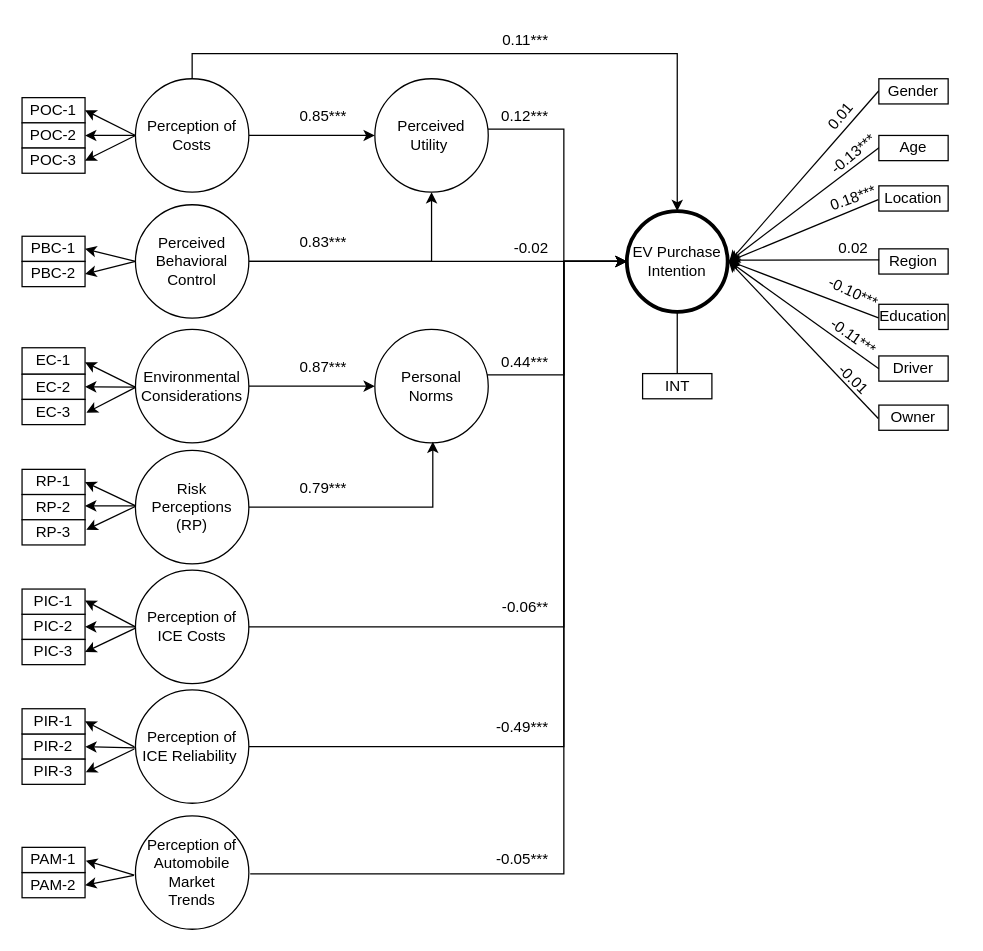
Above: page "Page-1" (1 of 2) of final_path_diagram.drawio in ChullEPG/taxi-survey (draw.io), before the change. Source tidied: cells renumbered, new cells numbered last; positions are measured from the earlier drawing's top-left corner, leaving out a move shared by most shapes. Both pictures are drawn from the tidied source at 126%, with x=0, y=0 at pixel (21, 21).
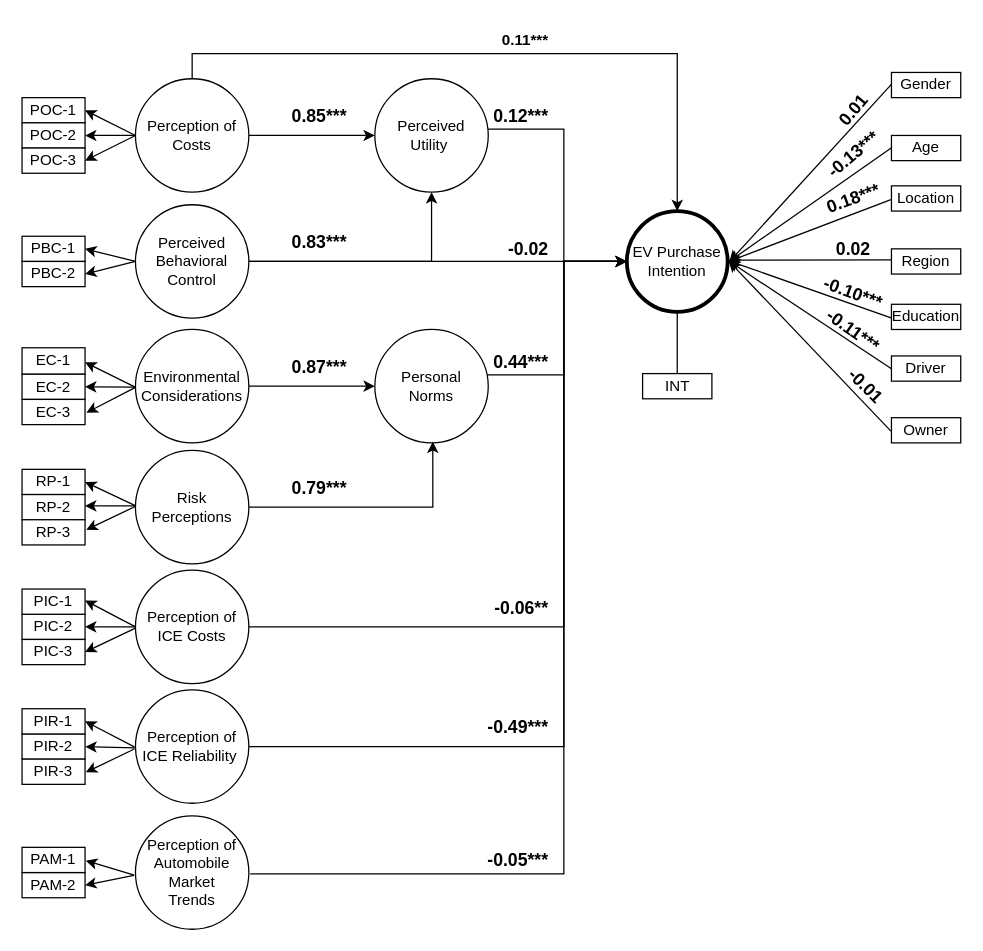
After the change.

Diff of the diagram source:
```diff
@@
-    <mxCell id="2" value="0.01" style="text;strokeColor=none;align=center;fillColor=none;html=1;verticalAlign=middle;whiteSpace=wrap;rounded=0;rotation=-50;" parent="1" vertex="1">
-      <mxGeometry x="620" y="60" width="60" height="30" as="geometry" />
+    <mxCell id="2" value="0.01" style="text;strokeColor=none;align=center;fillColor=none;html=1;verticalAlign=middle;whiteSpace=wrap;rounded=0;rotation=-50;fontSize=14;fontStyle=1;" parent="1" vertex="1">
+      <mxGeometry x="630" y="55" width="60" height="30" as="geometry" />
     </mxCell>
-    <mxCell id="3" value="-0.13***" style="text;strokeColor=none;align=center;fillColor=none;html=1;verticalAlign=middle;whiteSpace=wrap;rounded=0;rotation=-40;" parent="1" vertex="1">
+    <mxCell id="3" value="-0.13***" style="text;strokeColor=none;align=center;fillColor=none;html=1;verticalAlign=middle;whiteSpace=wrap;rounded=0;rotation=-40;fontSize=14;fontStyle=1;" parent="1" vertex="1">
       <mxGeometry x="630" y="90" width="60" height="30" as="geometry" />
     </mxCell>
-    <mxCell id="4" value="0.18***" style="text;strokeColor=none;align=center;fillColor=none;html=1;verticalAlign=middle;whiteSpace=wrap;rounded=0;rotation=-20;" parent="1" vertex="1">
+    <mxCell id="4" value="0.18***" style="text;strokeColor=none;align=center;fillColor=none;html=1;verticalAlign=middle;whiteSpace=wrap;rounded=0;rotation=-20;fontSize=14;fontStyle=1;" parent="1" vertex="1">
       <mxGeometry x="630" y="125" width="60" height="30" as="geometry" />
     </mxCell>
-    <mxCell id="5" value="-0.10***" style="text;strokeColor=none;align=center;fillColor=none;html=1;verticalAlign=middle;whiteSpace=wrap;rounded=0;rotation=25;" parent="1" vertex="1">
+    <mxCell id="5" value="-0.10***" style="text;strokeColor=none;align=center;fillColor=none;html=1;verticalAlign=middle;whiteSpace=wrap;rounded=0;rotation=20;fontSize=14;fontStyle=1;" parent="1" vertex="1">
       <mxGeometry x="630" y="200" width="60" height="30" as="geometry" />
     </mxCell>
-    <mxCell id="6" value="0.02" style="text;strokeColor=none;align=center;fillColor=none;html=1;verticalAlign=middle;whiteSpace=wrap;rounded=0;rotation=0;" parent="1" vertex="1">
+    <mxCell id="6" value="0.02" style="text;strokeColor=none;align=center;fillColor=none;html=1;verticalAlign=middle;whiteSpace=wrap;rounded=0;rotation=0;fontSize=14;fontStyle=1;" parent="1" vertex="1">
       <mxGeometry x="630" y="165" width="60" height="30" as="geometry" />
     </mxCell>
-    <mxCell id="7" value="0.11***" style="text;align=right;html=1;verticalAlign=middle;whiteSpace=wrap;rounded=0;shadow=0;fillColor=default;gradientColor=none;opacity=60;" parent="1" vertex="1">
+    <mxCell id="7" value="0.11***" style="text;align=right;html=1;verticalAlign=middle;whiteSpace=wrap;rounded=0;shadow=0;fillColor=default;gradientColor=none;opacity=60;fontStyle=1;" parent="1" vertex="1">
       <mxGeometry x="360" width="60" height="30" as="geometry" />
     </mxCell>
@@
-    <mxCell id="34" value="Risk Perceptions (RP)" style="ellipse;whiteSpace=wrap;html=1;" parent="1" vertex="1">
+    <mxCell id="34" value="Risk Perceptions" style="ellipse;whiteSpace=wrap;html=1;" parent="1" vertex="1">
       <mxGeometry x="90" y="340" width="90" height="90" as="geometry" />
     </mxCell>
@@
-    <mxCell id="61" value="0.12***" style="text;strokeColor=none;align=right;fillColor=none;html=1;verticalAlign=middle;whiteSpace=wrap;rounded=0;" parent="1" vertex="1">
+    <mxCell id="61" value="0.12***" style="text;strokeColor=none;align=right;fillColor=none;html=1;verticalAlign=middle;whiteSpace=wrap;rounded=0;fontStyle=1;fontSize=14;" parent="1" vertex="1">
       <mxGeometry x="360" y="60" width="60" height="30" as="geometry" />
     </mxCell>
-    <mxCell id="62" value="0.85***" style="text;strokeColor=none;align=right;fillColor=none;html=1;verticalAlign=middle;whiteSpace=wrap;rounded=0;" parent="1" vertex="1">
+    <mxCell id="62" value="0.85***" style="text;strokeColor=none;align=right;fillColor=none;html=1;verticalAlign=middle;whiteSpace=wrap;rounded=0;fontStyle=1;fontSize=14;" parent="1" vertex="1">
       <mxGeometry x="200" y="60" width="60" height="30" as="geometry" />
     </mxCell>
-    <mxCell id="63" value="-0.02" style="text;strokeColor=none;align=right;fillColor=none;html=1;verticalAlign=middle;whiteSpace=wrap;rounded=0;" parent="1" vertex="1">
+    <mxCell id="63" value="-0.02" style="text;strokeColor=none;align=right;fillColor=none;html=1;verticalAlign=middle;whiteSpace=wrap;rounded=0;fontStyle=1;fontSize=14;" parent="1" vertex="1">
       <mxGeometry x="360" y="165" width="60" height="30" as="geometry" />
     </mxCell>
-    <mxCell id="64" value="0.83***" style="text;strokeColor=none;align=right;fillColor=none;html=1;verticalAlign=middle;whiteSpace=wrap;rounded=0;" parent="1" vertex="1">
+    <mxCell id="64" value="0.83***" style="text;strokeColor=none;align=right;fillColor=none;html=1;verticalAlign=middle;whiteSpace=wrap;rounded=0;fontStyle=1;fontSize=14;" parent="1" vertex="1">
       <mxGeometry x="200" y="160" width="60" height="30" as="geometry" />
     </mxCell>
-    <mxCell id="65" value="0.87***" style="text;strokeColor=none;align=right;fillColor=none;html=1;verticalAlign=middle;whiteSpace=wrap;rounded=0;" parent="1" vertex="1">
+    <mxCell id="65" value="0.87***" style="text;strokeColor=none;align=right;fillColor=none;html=1;verticalAlign=middle;whiteSpace=wrap;rounded=0;fontStyle=1;fontSize=14;" parent="1" vertex="1">
       <mxGeometry x="200" y="258.5" width="60" height="30" as="geometry" />
     </mxCell>
-    <mxCell id="66" value="0.79***" style="text;strokeColor=none;align=right;fillColor=none;html=1;verticalAlign=middle;whiteSpace=wrap;rounded=0;" parent="1" vertex="1">
+    <mxCell id="66" value="0.79***" style="text;strokeColor=none;align=right;fillColor=none;html=1;verticalAlign=middle;whiteSpace=wrap;rounded=0;fontStyle=1;fontSize=14;" parent="1" vertex="1">
       <mxGeometry x="200" y="355" width="60" height="30" as="geometry" />
     </mxCell>
-    <mxCell id="67" value="0.44***" style="text;strokeColor=none;align=right;fillColor=none;html=1;verticalAlign=middle;whiteSpace=wrap;rounded=0;" parent="1" vertex="1">
+    <mxCell id="67" value="0.44***" style="text;strokeColor=none;align=right;fillColor=none;html=1;verticalAlign=middle;whiteSpace=wrap;rounded=0;fontStyle=1;fontSize=14;" parent="1" vertex="1">
       <mxGeometry x="360" y="255" width="60" height="30" as="geometry" />
     </mxCell>
-    <mxCell id="68" value="-0.49***" style="text;strokeColor=none;align=right;fillColor=none;html=1;verticalAlign=middle;whiteSpace=wrap;rounded=0;" parent="1" vertex="1">
+    <mxCell id="68" value="-0.49***" style="text;strokeColor=none;align=right;fillColor=none;html=1;verticalAlign=middle;whiteSpace=wrap;rounded=0;fontStyle=1;fontSize=14;" parent="1" vertex="1">
       <mxGeometry x="360" y="545" width="60" height="30" as="geometry" />
     </mxCell>
-    <mxCell id="69" value="-0.05***" style="text;strokeColor=none;align=right;fillColor=none;html=1;verticalAlign=middle;whiteSpace=wrap;rounded=0;" parent="1" vertex="1">
+    <mxCell id="69" value="-0.05***" style="text;strokeColor=none;align=right;fillColor=none;html=1;verticalAlign=middle;whiteSpace=wrap;rounded=0;fontStyle=1;fontSize=14;" parent="1" vertex="1">
       <mxGeometry x="360" y="650" width="60" height="30" as="geometry" />
     </mxCell>
@@
     <mxCell id="71" value="Gender" style="rounded=0;whiteSpace=wrap;html=1;" parent="1" vertex="1">
-      <mxGeometry x="680" y="45" width="55" height="20" as="geometry" />
+      <mxGeometry x="690" y="40" width="55" height="20" as="geometry" />
     </mxCell>
@@
     <mxCell id="73" value="Age" style="rounded=0;whiteSpace=wrap;html=1;" parent="1" vertex="1">
-      <mxGeometry x="680" y="90" width="55" height="20" as="geometry" />
+      <mxGeometry x="690" y="90" width="55" height="20" as="geometry" />
     </mxCell>
@@
     <mxCell id="75" value="Location" style="rounded=0;whiteSpace=wrap;html=1;" parent="1" vertex="1">
-      <mxGeometry x="680" y="130" width="55" height="20" as="geometry" />
+      <mxGeometry x="690" y="130" width="55" height="20" as="geometry" />
     </mxCell>
     <mxCell id="76" value="Region" style="rounded=0;whiteSpace=wrap;html=1;" parent="1" vertex="1">
-      <mxGeometry x="680" y="180" width="55" height="20" as="geometry" />
+      <mxGeometry x="690" y="180" width="55" height="20" as="geometry" />
     </mxCell>
     <mxCell id="77" value="Education" style="rounded=0;whiteSpace=wrap;html=1;" parent="1" vertex="1">
-      <mxGeometry x="680" y="224" width="55" height="20" as="geometry" />
+      <mxGeometry x="690" y="224" width="55" height="20" as="geometry" />
     </mxCell>
     <mxCell id="78" value="Driver" style="rounded=0;whiteSpace=wrap;html=1;" parent="1" vertex="1">
-      <mxGeometry x="680" y="265" width="55" height="20" as="geometry" />
+      <mxGeometry x="690" y="265" width="55" height="20" as="geometry" />
     </mxCell>
     <mxCell id="79" value="Owner" style="rounded=0;whiteSpace=wrap;html=1;" parent="1" vertex="1">
-      <mxGeometry x="680" y="304" width="55" height="20" as="geometry" />
+      <mxGeometry x="690" y="314" width="55" height="20" as="geometry" />
     </mxCell>
-    <mxCell id="80" value="-0.11***" style="text;strokeColor=none;align=center;fillColor=none;html=1;verticalAlign=middle;whiteSpace=wrap;rounded=0;rotation=35;" parent="1" vertex="1">
-      <mxGeometry x="630" y="235" width="60" height="30" as="geometry" />
+    <mxCell id="80" value="-0.11***" style="text;strokeColor=none;align=center;fillColor=none;html=1;verticalAlign=middle;whiteSpace=wrap;rounded=0;rotation=35;fontSize=14;fontStyle=1;" parent="1" vertex="1">
+      <mxGeometry x="630" y="230" width="60" height="30" as="geometry" />
     </mxCell>
-    <mxCell id="81" value="-0.01" style="text;strokeColor=none;align=center;fillColor=none;html=1;verticalAlign=middle;whiteSpace=wrap;rounded=0;rotation=45;" parent="1" vertex="1">
-      <mxGeometry x="630" y="269" width="60" height="30" as="geometry" />
+    <mxCell id="81" value="-0.01" style="text;strokeColor=none;align=center;fillColor=none;html=1;verticalAlign=middle;whiteSpace=wrap;rounded=0;rotation=45;fontSize=14;fontStyle=1;" parent="1" vertex="1">
+      <mxGeometry x="640" y="274" width="60" height="30" as="geometry" />
     </mxCell>
@@
-    <mxCell id="85" value="-0.06**" style="text;strokeColor=none;align=right;fillColor=none;html=1;verticalAlign=middle;whiteSpace=wrap;rounded=0;" parent="1" vertex="1">
+    <mxCell id="85" value="-0.06**" style="text;strokeColor=none;align=right;fillColor=none;html=1;verticalAlign=middle;whiteSpace=wrap;rounded=0;fontStyle=1;fontSize=14;" parent="1" vertex="1">
       <mxGeometry x="360" y="450" width="60" height="30" as="geometry" />
     </mxCell>
```
